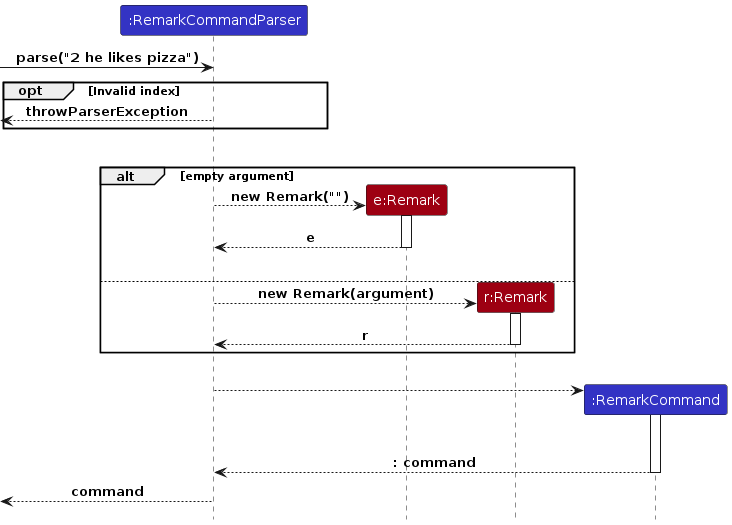
TehOPanas/tP keeps this PlantUML diagram as diagrams/remark-feature/RemarkCommandParserSequenceDiagram.png. Above is the earlier version. Its source is kept beside it as diagrams/remark-feature/RemarkCommandParserSequenceDiagram.puml. Its diagram source:
```plantuml
@startuml
!include ../style.puml

participant ":RemarkCommandParser" as RemarkCommandParser LOGIC_COLOR
participant "e:Remark" as emptyRemark MODEL_COLOR
participant "r:Remark" as remark MODEL_COLOR
participant ":RemarkCommand" as RemarkCommand LOGIC_COLOR

[-> RemarkCommandParser : parse("2 he likes pizza")
opt Invalid index
[<-- RemarkCommandParser : throwParserException
end
|||
alt empty argument
    create emptyRemark
    RemarkCommandParser --> emptyRemark : new Remark("")
    activate emptyRemark
    return e
|||
else
    create remark
    RemarkCommandParser --> remark : new Remark(argument)
    activate remark
    return r
end
|||
create RemarkCommand
RemarkCommandParser --> RemarkCommand
activate RemarkCommand
|||
return : command

[<--RemarkCommandParser : command


@enduml
```
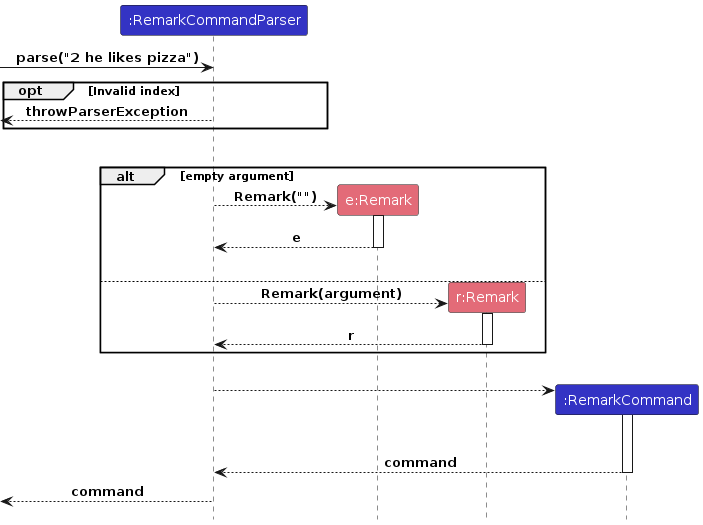
Above is the later version.

What changed in the source:
```diff
@@ -13,13 +13,13 @@
 |||
 alt empty argument
     create emptyRemark
-    RemarkCommandParser --> emptyRemark : new Remark("")
+    RemarkCommandParser --> emptyRemark : Remark("")
     activate emptyRemark
     return e
 |||
 else
     create remark
-    RemarkCommandParser --> remark : new Remark(argument)
+    RemarkCommandParser --> remark : Remark(argument)
     activate remark
     return r
 end
@@ -28,7 +28,7 @@
 RemarkCommandParser --> RemarkCommand
 activate RemarkCommand
 |||
-return : command
+return command
 
 [<--RemarkCommandParser : command
 
```
